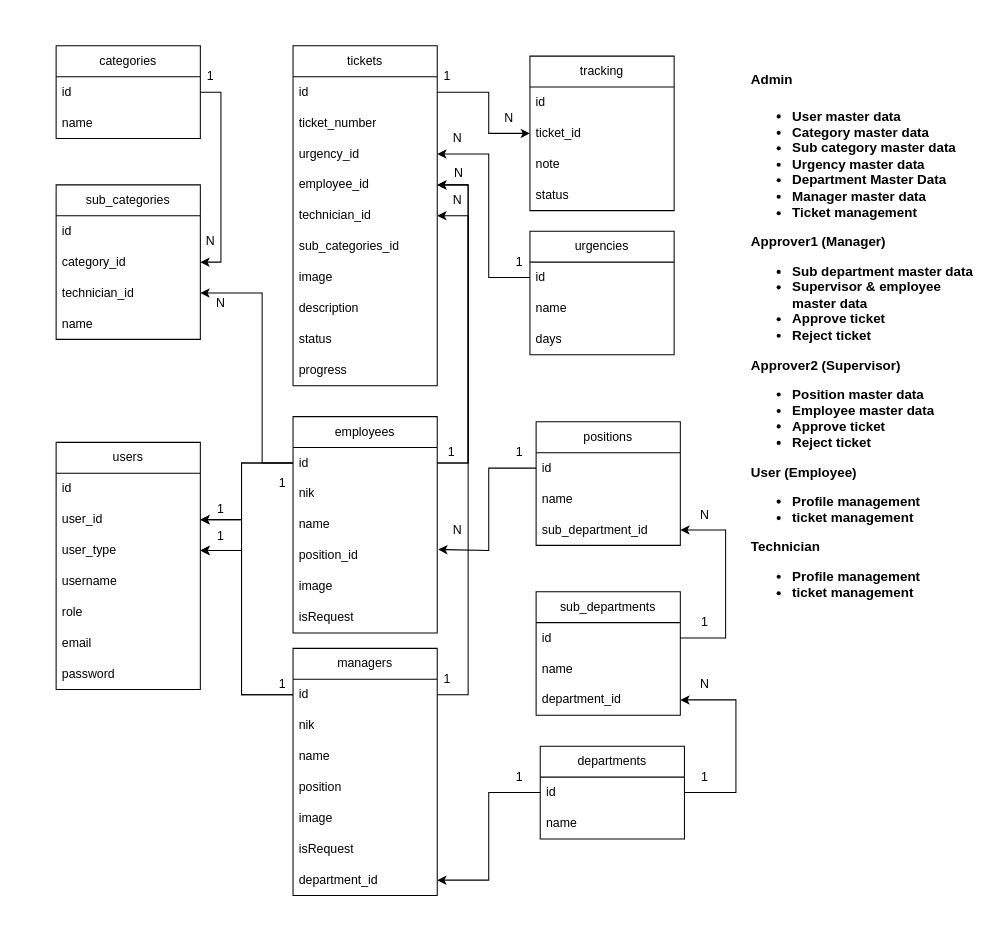
Earlier version of the draw.io diagram ERD.drawio (iandzillan/laravel-helpdesk). Source tidied: cells renumbered, new cells numbered last; positions are measured from the earlier drawing's top-left corner, leaving out a move shared by most shapes. Both pictures are drawn from the tidied source at 103%, with x=0, y=0 at pixel (56, 45).
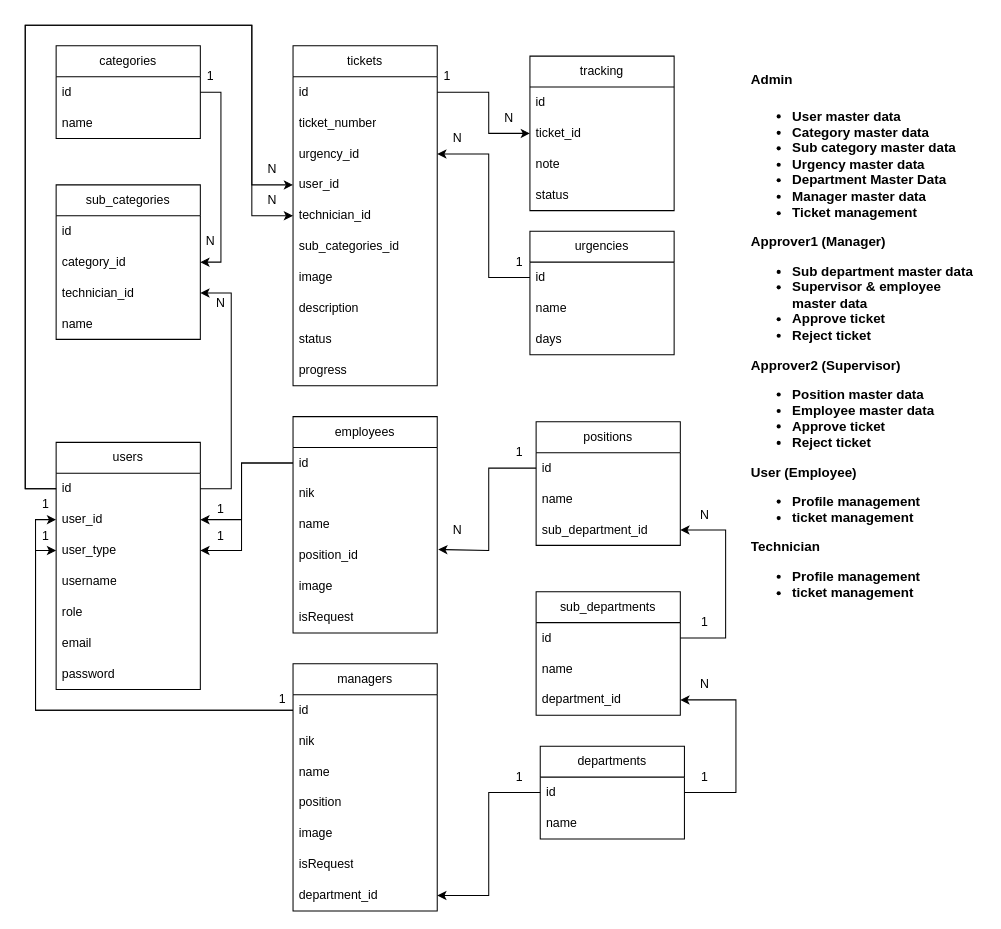
After the change.

The change refers to these unchanged cells:
```xml
<mxCell id="3" value="id" style="text;strokeColor=none;fillColor=none;align=left;verticalAlign=middle;spacingLeft=4;spacingRight=4;overflow=hidden;points=[[0,0.5],[1,0.5]];portConstraint=eastwest;whiteSpace=wrap;html=1;" parent="2" vertex="1">
  <mxGeometry y="30" width="140" height="30" as="geometry" />
</mxCell>
<mxCell id="4" value="user_id" style="text;strokeColor=none;fillColor=none;align=left;verticalAlign=middle;spacingLeft=4;spacingRight=4;overflow=hidden;points=[[0,0.5],[1,0.5]];portConstraint=eastwest;whiteSpace=wrap;html=1;" parent="2" vertex="1">
  <mxGeometry y="60" width="140" height="30" as="geometry" />
</mxCell>
<mxCell id="5" value="user_type" style="text;strokeColor=none;fillColor=none;align=left;verticalAlign=middle;spacingLeft=4;spacingRight=4;overflow=hidden;points=[[0,0.5],[1,0.5]];portConstraint=eastwest;whiteSpace=wrap;html=1;" parent="2" vertex="1">
  <mxGeometry y="90" width="140" height="30" as="geometry" />
</mxCell>
<mxCell id="11" value="id" style="text;strokeColor=none;fillColor=none;align=left;verticalAlign=middle;spacingLeft=4;spacingRight=4;overflow=hidden;points=[[0,0.5],[1,0.5]];portConstraint=eastwest;whiteSpace=wrap;html=1;" parent="10" vertex="1">
  <mxGeometry y="30" width="140" height="30" as="geometry" />
</mxCell>
<mxCell id="32" value="tickets" style="swimlane;fontStyle=0;horizontal=1;startSize=30;whiteSpace=wrap;html=1;" parent="1" vertex="1">
  <mxGeometry x="230" width="140" height="330" as="geometry" />
</mxCell>
<mxCell id="37" value="technician_id" style="text;strokeColor=none;fillColor=none;align=left;verticalAlign=middle;spacingLeft=4;spacingRight=4;overflow=hidden;points=[[0,0.5],[1,0.5]];portConstraint=eastwest;whiteSpace=wrap;html=1;" parent="32" vertex="1">
  <mxGeometry y="150" width="140" height="30" as="geometry" />
</mxCell>
<mxCell id="49" value="technician_id" style="text;strokeColor=none;fillColor=none;align=left;verticalAlign=middle;spacingLeft=4;spacingRight=4;overflow=hidden;points=[[0,0.5],[1,0.5]];portConstraint=eastwest;whiteSpace=wrap;html=1;" parent="46" vertex="1">
  <mxGeometry y="90" width="140" height="30" as="geometry" />
</mxCell>
<mxCell id="77" value="id" style="text;strokeColor=none;fillColor=none;align=left;verticalAlign=middle;spacingLeft=4;spacingRight=4;overflow=hidden;points=[[0,0.5],[1,0.5]];portConstraint=eastwest;whiteSpace=wrap;html=1;" parent="76" vertex="1">
  <mxGeometry y="30" width="140" height="30" as="geometry" />
</mxCell>
```

What changed in the source:
```diff
@@
-    <mxCell id="36" value="employee_id" style="text;strokeColor=none;fillColor=none;align=left;verticalAlign=middle;spacingLeft=4;spacingRight=4;overflow=hidden;points=[[0,0.5],[1,0.5]];portConstraint=eastwest;whiteSpace=wrap;html=1;" parent="32" vertex="1">
+    <mxCell id="36" value="user_id" style="text;strokeColor=none;fillColor=none;align=left;verticalAlign=middle;spacingLeft=4;spacingRight=4;overflow=hidden;points=[[0,0.5],[1,0.5]];portConstraint=eastwest;whiteSpace=wrap;html=1;" parent="32" vertex="1">
       <mxGeometry y="120" width="140" height="30" as="geometry" />
     </mxCell>
@@
-    <mxCell id="68" value="1" style="text;html=1;strokeColor=none;fillColor=none;align=center;verticalAlign=middle;whiteSpace=wrap;rounded=0;" parent="1" vertex="1">
-      <mxGeometry x="210" y="415" width="20" height="20" as="geometry" />
-    </mxCell>
@@
     <mxCell id="74" value="N" style="text;html=1;strokeColor=none;fillColor=none;align=center;verticalAlign=middle;whiteSpace=wrap;rounded=0;" parent="1" vertex="1">
-      <mxGeometry x="381" y="114" width="20" height="20" as="geometry" />
+      <mxGeometry x="200" y="110" width="20" height="20" as="geometry" />
     </mxCell>
@@
     <mxCell id="76" value="managers" style="swimlane;fontStyle=0;horizontal=1;startSize=30;whiteSpace=wrap;html=1;" parent="1" vertex="1">
-      <mxGeometry x="230" y="585" width="140" height="240" as="geometry" />
+      <mxGeometry x="230" y="600" width="140" height="240" as="geometry" />
     </mxCell>
@@
     <mxCell id="86" value="1" style="text;html=1;strokeColor=none;fillColor=none;align=center;verticalAlign=middle;whiteSpace=wrap;rounded=0;" parent="1" vertex="1">
-      <mxGeometry x="210" y="610" width="20" height="20" as="geometry" />
+      <mxGeometry x="210" y="625" width="20" height="20" as="geometry" />
     </mxCell>
@@
-    <mxCell id="89" value="1" style="text;html=1;strokeColor=none;fillColor=none;align=center;verticalAlign=middle;whiteSpace=wrap;rounded=0;" parent="1" vertex="1">
-      <mxGeometry x="370" y="605" width="20" height="20" as="geometry" />
-    </mxCell>
-    <mxCell id="90" style="edgeStyle=orthogonalEdgeStyle;rounded=0;jettySize=auto;html=1;entryX=1;entryY=0.5;entryDx=0;entryDy=0;" parent="1" edge="1" source="77" target="4">
-      <mxGeometry relative="1" as="geometry">
-        <Array as="points">
-          <mxPoint x="180" y="630" />
-          <mxPoint x="180" y="460" />
-        </Array>
-      </mxGeometry>
-    </mxCell>
-    <mxCell id="91" style="edgeStyle=orthogonalEdgeStyle;rounded=0;jettySize=auto;html=1;entryX=1;entryY=0.5;entryDx=0;entryDy=0;" parent="1" edge="1" source="77" target="5">
-      <mxGeometry relative="1" as="geometry">
-        <Array as="points">
-          <mxPoint x="180" y="630" />
-          <mxPoint x="180" y="490" />
-        </Array>
-      </mxGeometry>
-    </mxCell>
-    <mxCell id="92" style="edgeStyle=orthogonalEdgeStyle;rounded=0;jettySize=auto;html=1;entryX=1;entryY=0.5;entryDx=0;entryDy=0;" parent="1" edge="1" source="11" target="49">
-      <mxGeometry relative="1" as="geometry">
-        <Array as="points">
-          <mxPoint x="200" y="405" />
-          <mxPoint x="200" y="240" />
-        </Array>
-      </mxGeometry>
-    </mxCell>
@@
-    <mxCell id="97" style="edgeStyle=orthogonalEdgeStyle;rounded=0;jettySize=auto;html=1;entryX=1;entryY=0.5;entryDx=0;entryDy=0;" parent="1" edge="1" source="11" target="36">
-      <mxGeometry relative="1" as="geometry">
-        <Array as="points">
-          <mxPoint x="400" y="405" />
-          <mxPoint x="400" y="135" />
-        </Array>
-      </mxGeometry>
-    </mxCell>
-    <mxCell id="98" style="edgeStyle=orthogonalEdgeStyle;rounded=0;jettySize=auto;html=1;entryX=1;entryY=0.5;entryDx=0;entryDy=0;" parent="1" edge="1" source="11" target="37">
-      <mxGeometry relative="1" as="geometry">
-        <Array as="points">
-          <mxPoint x="400" y="405" />
-          <mxPoint x="400" y="165" />
-        </Array>
-      </mxGeometry>
-    </mxCell>
-    <mxCell id="99" value="1" style="text;html=1;strokeColor=none;fillColor=none;align=center;verticalAlign=middle;whiteSpace=wrap;rounded=0;" parent="1" vertex="1">
-      <mxGeometry x="374" y="385" width="20" height="20" as="geometry" />
-    </mxCell>
+    <mxCell id="102" style="edgeStyle=orthogonalEdgeStyle;rounded=0;jettySize=auto;html=1;entryX=0;entryY=0.5;entryDx=0;entryDy=0;" parent="1" edge="1" source="3" target="36">
+      <mxGeometry relative="1" as="geometry">
+        <Array as="points">
+          <mxPoint x="-30" y="430" />
+          <mxPoint x="-30" y="-20" />
+          <mxPoint x="190" y="-20" />
+          <mxPoint x="190" y="135" />
+        </Array>
+      </mxGeometry>
+    </mxCell>
+    <mxCell id="90" style="edgeStyle=orthogonalEdgeStyle;rounded=0;jettySize=auto;html=1;entryX=0;entryY=0.5;entryDx=0;entryDy=0;" parent="1" edge="1" source="77" target="4">
+      <mxGeometry relative="1" as="geometry" />
+    </mxCell>
+    <mxCell id="91" style="edgeStyle=orthogonalEdgeStyle;rounded=0;jettySize=auto;html=1;entryX=0;entryY=0.5;entryDx=0;entryDy=0;" parent="1" edge="1" source="77" target="5">
+      <mxGeometry relative="1" as="geometry" />
+    </mxCell>
+    <mxCell id="103" value="1" style="text;html=1;strokeColor=none;fillColor=none;align=center;verticalAlign=middle;whiteSpace=wrap;rounded=0;" parent="1" vertex="1">
+      <mxGeometry x="-20" y="435" width="20" height="20" as="geometry" />
+    </mxCell>
+    <mxCell id="104" value="1" style="text;html=1;strokeColor=none;fillColor=none;align=center;verticalAlign=middle;whiteSpace=wrap;rounded=0;" parent="1" vertex="1">
+      <mxGeometry x="-20" y="466" width="20" height="20" as="geometry" />
+    </mxCell>
+    <mxCell id="105" style="edgeStyle=orthogonalEdgeStyle;rounded=0;jettySize=auto;html=1;" parent="1" edge="1" source="3" target="49">
+      <mxGeometry relative="1" as="geometry">
+        <Array as="points">
+          <mxPoint x="170" y="430" />
+          <mxPoint x="170" y="240" />
+        </Array>
+      </mxGeometry>
+    </mxCell>
+    <mxCell id="106" style="edgeStyle=orthogonalEdgeStyle;rounded=0;jettySize=auto;html=1;entryX=0;entryY=0.5;entryDx=0;entryDy=0;" parent="1" edge="1" source="3" target="37">
+      <mxGeometry relative="1" as="geometry">
+        <Array as="points">
+          <mxPoint x="-30" y="430" />
+          <mxPoint x="-30" y="-20" />
+          <mxPoint x="190" y="-20" />
+          <mxPoint x="190" y="165" />
+        </Array>
+      </mxGeometry>
+    </mxCell>
     <mxCell id="100" value="N" style="text;html=1;strokeColor=none;fillColor=none;align=center;verticalAlign=middle;whiteSpace=wrap;rounded=0;" parent="1" vertex="1">
-      <mxGeometry x="380" y="140" width="20" height="20" as="geometry" />
+      <mxGeometry x="200" y="140" width="20" height="20" as="geometry" />
     </mxCell>
-    <mxCell id="101" style="edgeStyle=orthogonalEdgeStyle;rounded=0;jettySize=auto;html=1;entryX=1;entryY=0.5;entryDx=0;entryDy=0;" parent="1" edge="1" source="77" target="36">
-      <mxGeometry relative="1" as="geometry">
-        <Array as="points">
-          <mxPoint x="400" y="630" />
-          <mxPoint x="400" y="135" />
-        </Array>
-      </mxGeometry>
-    </mxCell>
```
